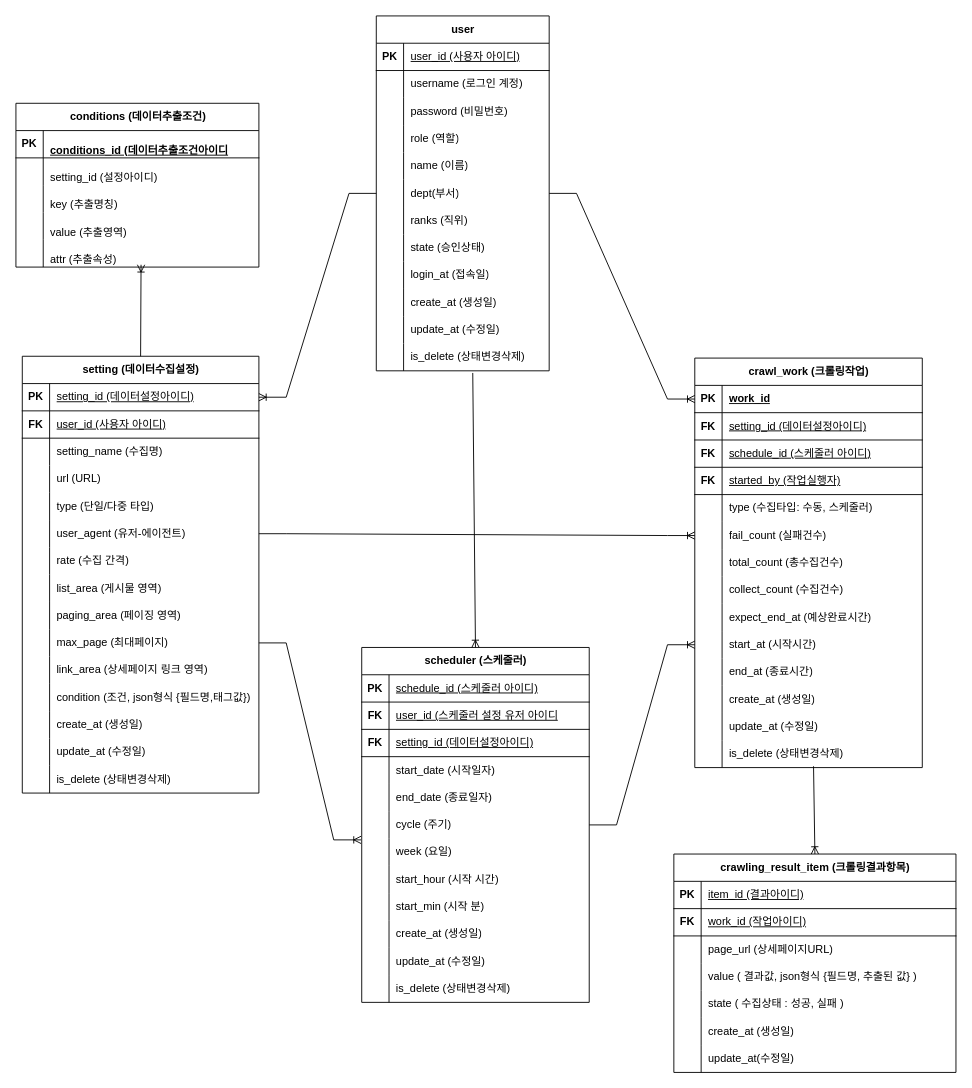
Above: 문서/제목 없는 다이어그램.drawio in pky6147/ksis (draw.io), before the change. Source tidied: cells renumbered, new cells numbered last; positions are measured from the earlier drawing's top-left corner, leaving out a move shared by most shapes. Both pictures are drawn from the tidied source at 91%, with x=0, y=0 at pixel (15, 15).
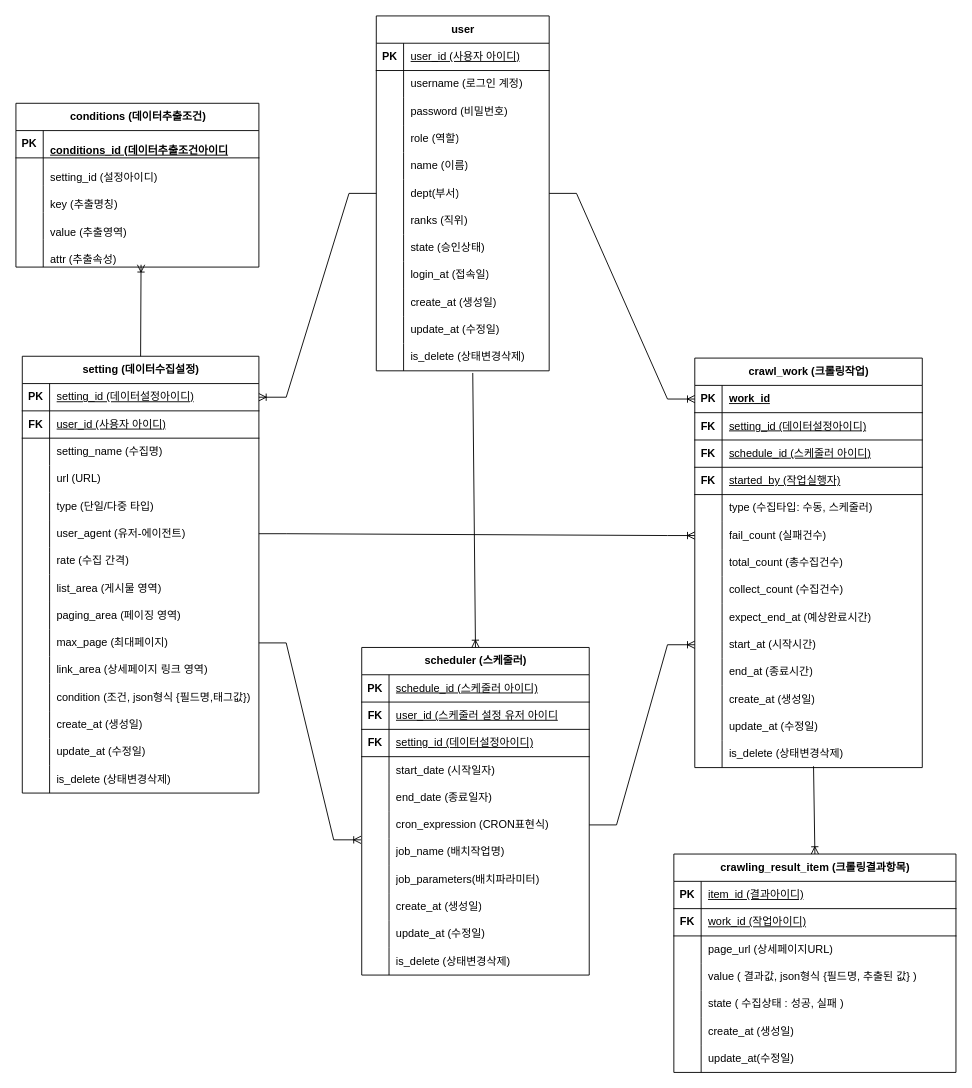
The same page after the edit.

The change refers to these unchanged cells:
```xml
<mxCell id="67" style="shape=tableRow;horizontal=0;startSize=0;swimlaneHead=0;swimlaneBody=0;fillColor=none;points=[[0,0.5],[1,0.5]];portConstraint=eastwest;top=0;left=0;right=0;bottom=0;" parent="39" vertex="1">
  <mxGeometry y="300" width="260" height="30" as="geometry" />
</mxCell>
<mxCell id="101" style="shape=tableRow;horizontal=0;startSize=0;swimlaneHead=0;swimlaneBody=0;fillColor=none;points=[[0,0.5],[1,0.5]];portConstraint=eastwest;top=0;left=0;right=0;bottom=0;" parent="85" vertex="1">
  <mxGeometry y="180" width="250" height="30" as="geometry" />
</mxCell>
<mxCell id="104" style="shape=tableRow;horizontal=0;startSize=0;swimlaneHead=0;swimlaneBody=0;fillColor=none;top=0;left=0;right=0;bottom=0;" parent="85" vertex="1">
  <mxGeometry y="210" width="250" height="30" as="geometry" />
</mxCell>
<mxCell id="107" style="shape=tableRow;horizontal=0;startSize=0;swimlaneHead=0;swimlaneBody=0;fillColor=none;top=0;left=0;right=0;bottom=0;" parent="85" vertex="1">
  <mxGeometry y="240" width="250" height="30" as="geometry" />
</mxCell>
<mxCell id="172" style="shape=tableRow;horizontal=0;startSize=0;swimlaneHead=0;swimlaneBody=0;fillColor=none;points=[[0,0.5],[1,0.5]];portConstraint=eastwest;top=0;left=0;right=0;bottom=0;" parent="144" vertex="1">
  <mxGeometry y="300" width="250" height="30" as="geometry" />
</mxCell>
```

The edit, as a diff of the source:
```diff
@@
     <mxCell id="85" value="scheduler (스케줄러)" style="shape=table;startSize=30;childLayout=tableLayout;rowLines=0;fontStyle=1;align=center;html=1;" parent="1" vertex="1">
-      <mxGeometry x="380" y="694" width="250" height="390" as="geometry" />
+      <mxGeometry x="380" y="694" width="250" height="360" as="geometry" />
     </mxCell>
@@
-    <mxCell id="102" style="shape=partialRectangle;fillColor=none;top=0;left=0;bottom=0;right=0;overflow=hidden;whiteSpace=wrap;html=1;" parent="101" vertex="1">
-      <mxGeometry width="30" height="30" as="geometry" />
-    </mxCell>
-    <mxCell id="103" value="cycle (주기)" style="shape=partialRectangle;fillColor=none;top=0;left=0;bottom=0;right=0;align=left;spacingLeft=6;overflow=hidden;whiteSpace=wrap;html=1;" parent="101" vertex="1">
-      <mxGeometry x="30" width="220" height="30" as="geometry" />
-    </mxCell>
+    <mxCell id="211" style="shape=partialRectangle;fillColor=none;top=0;left=0;bottom=0;right=0;overflow=hidden;whiteSpace=wrap;html=1;" parent="101" vertex="1">
+      <mxGeometry width="30" height="30" as="geometry" />
+    </mxCell>
+    <mxCell id="212" value="cron_expression (CRON표현식)" style="shape=partialRectangle;fillColor=none;top=0;left=0;bottom=0;right=0;align=left;spacingLeft=6;overflow=hidden;whiteSpace=wrap;html=1;" parent="101" vertex="1">
+      <mxGeometry x="30" width="220" height="30" as="geometry" />
+    </mxCell>
@@
-    <mxCell id="105" style="shape=partialRectangle;fillColor=none;top=0;left=0;bottom=0;right=0;overflow=hidden;whiteSpace=wrap;html=1;" parent="104" vertex="1">
-      <mxGeometry width="30" height="30" as="geometry" />
-    </mxCell>
-    <mxCell id="106" value="week (요일)" style="shape=partialRectangle;fillColor=none;top=0;left=0;bottom=0;right=0;align=left;spacingLeft=6;overflow=hidden;whiteSpace=wrap;html=1;" parent="104" vertex="1">
-      <mxGeometry x="30" width="220" height="30" as="geometry" />
-    </mxCell>
+    <mxCell id="213" style="shape=partialRectangle;fillColor=none;top=0;left=0;bottom=0;right=0;overflow=hidden;whiteSpace=wrap;html=1;" parent="104" vertex="1">
+      <mxGeometry width="30" height="30" as="geometry" />
+    </mxCell>
+    <mxCell id="214" value="job_name (배치작업명)" style="shape=partialRectangle;fillColor=none;top=0;left=0;bottom=0;right=0;align=left;spacingLeft=6;overflow=hidden;whiteSpace=wrap;html=1;" parent="104" vertex="1">
+      <mxGeometry x="30" width="220" height="30" as="geometry" />
+    </mxCell>
@@
-    <mxCell id="108" style="shape=partialRectangle;fillColor=none;top=0;left=0;bottom=0;right=0;overflow=hidden;whiteSpace=wrap;html=1;" parent="107" vertex="1">
-      <mxGeometry width="30" height="30" as="geometry" />
-    </mxCell>
-    <mxCell id="109" value="start_hour (시작 시간)" style="shape=partialRectangle;fillColor=none;top=0;left=0;bottom=0;right=0;align=left;spacingLeft=6;overflow=hidden;whiteSpace=wrap;html=1;" parent="107" vertex="1">
-      <mxGeometry x="30" width="220" height="30" as="geometry" />
-    </mxCell>
-    <mxCell id="110" style="shape=tableRow;horizontal=0;startSize=0;swimlaneHead=0;swimlaneBody=0;fillColor=none;top=0;left=0;right=0;bottom=0;" parent="85" vertex="1">
-      <mxGeometry y="270" width="250" height="30" as="geometry" />
-    </mxCell>
-    <mxCell id="111" style="shape=partialRectangle;fillColor=none;top=0;left=0;bottom=0;right=0;overflow=hidden;whiteSpace=wrap;html=1;" parent="110" vertex="1">
-      <mxGeometry width="30" height="30" as="geometry" />
-    </mxCell>
-    <mxCell id="112" value="start_min (시작 분)" style="shape=partialRectangle;fillColor=none;top=0;left=0;bottom=0;right=0;align=left;spacingLeft=6;overflow=hidden;whiteSpace=wrap;html=1;" parent="110" vertex="1">
-      <mxGeometry x="30" width="220" height="30" as="geometry" />
-    </mxCell>
+    <mxCell id="215" style="shape=partialRectangle;fillColor=none;top=0;left=0;bottom=0;right=0;overflow=hidden;whiteSpace=wrap;html=1;" parent="107" vertex="1">
+      <mxGeometry width="30" height="30" as="geometry" />
+    </mxCell>
+    <mxCell id="216" value="job_parameters(배치파라미터)" style="shape=partialRectangle;fillColor=none;top=0;left=0;bottom=0;right=0;align=left;spacingLeft=6;overflow=hidden;whiteSpace=wrap;html=1;" parent="107" vertex="1">
+      <mxGeometry x="30" width="220" height="30" as="geometry" />
+    </mxCell>
     <mxCell id="113" style="shape=tableRow;horizontal=0;startSize=0;swimlaneHead=0;swimlaneBody=0;fillColor=none;top=0;left=0;right=0;bottom=0;" parent="85" vertex="1">
-      <mxGeometry y="300" width="250" height="30" as="geometry" />
+      <mxGeometry y="270" width="250" height="30" as="geometry" />
     </mxCell>
@@
     <mxCell id="116" style="shape=tableRow;horizontal=0;startSize=0;swimlaneHead=0;swimlaneBody=0;fillColor=none;top=0;left=0;right=0;bottom=0;" parent="85" vertex="1">
-      <mxGeometry y="330" width="250" height="30" as="geometry" />
+      <mxGeometry y="300" width="250" height="30" as="geometry" />
     </mxCell>
@@
     <mxCell id="119" style="shape=tableRow;horizontal=0;startSize=0;swimlaneHead=0;swimlaneBody=0;fillColor=none;top=0;left=0;right=0;bottom=0;" parent="85" vertex="1">
-      <mxGeometry y="360" width="250" height="30" as="geometry" />
+      <mxGeometry y="330" width="250" height="30" as="geometry" />
     </mxCell>
@@
-    <mxCell id="205" style="edgeStyle=entityRelationEdgeStyle;fontSize=12;html=1;endArrow=ERoneToMany;rounded=0;exitX=1;exitY=0.5;exitDx=0;exitDy=0;entryX=-0.003;entryY=1.048;entryDx=0;entryDy=0;entryPerimeter=0;" parent="1" edge="1" source="67" target="101">
-      <mxGeometry relative="1" as="geometry" />
+    <mxCell id="205" style="edgeStyle=entityRelationEdgeStyle;fontSize=12;html=1;endArrow=ERoneToMany;rounded=0;exitX=1;exitY=0.5;exitDx=0;exitDy=0;entryX=-0.003;entryY=1.048;entryDx=0;entryDy=0;entryPerimeter=0;" parent="1" edge="1" source="67">
+      <mxGeometry relative="1" as="geometry">
+        <mxPoint x="379.2" y="905.4" as="targetPoint" />
+      </mxGeometry>
     </mxCell>
-    <mxCell id="206" style="edgeStyle=entityRelationEdgeStyle;fontSize=12;html=1;endArrow=ERoneToMany;rounded=0;exitX=1;exitY=0.5;exitDx=0;exitDy=0;entryX=0;entryY=0.5;entryDx=0;entryDy=0;" parent="1" edge="1" source="101" target="172">
-      <mxGeometry relative="1" as="geometry" />
+    <mxCell id="206" style="edgeStyle=entityRelationEdgeStyle;fontSize=12;html=1;endArrow=ERoneToMany;rounded=0;exitX=1;exitY=0.5;exitDx=0;exitDy=0;entryX=0;entryY=0.5;entryDx=0;entryDy=0;" parent="1" edge="1" target="172">
+      <mxGeometry relative="1" as="geometry">
+        <mxPoint x="630" y="889" as="sourcePoint" />
+      </mxGeometry>
     </mxCell>
```
